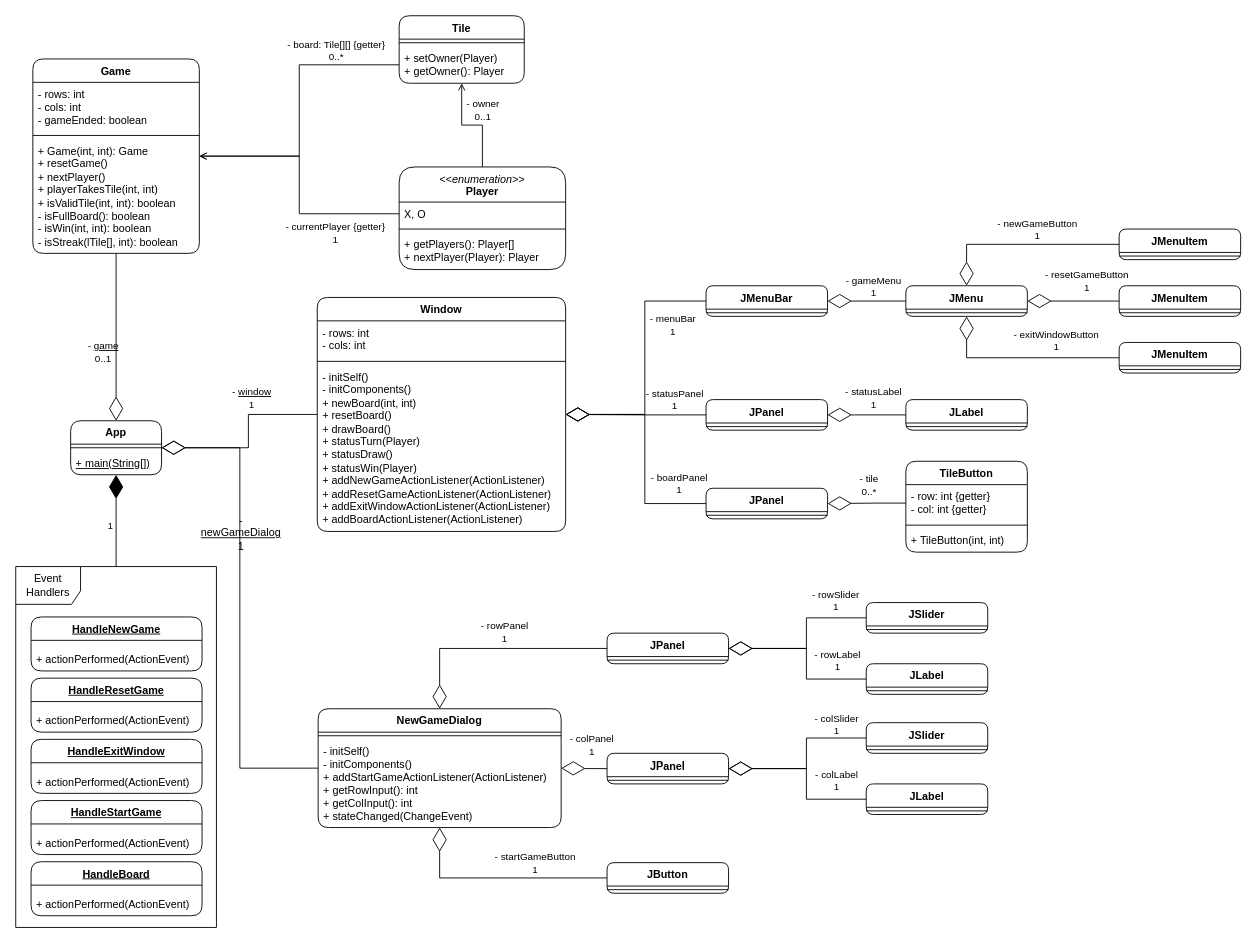
This is beadando_ii.drawio from andrasbo/GUITicTacToeAssignment, a draw.io file, before an edit. Source tidied: cells renumbered, new cells numbered last; positions are measured from the earlier drawing's top-left corner, leaving out a move shared by most shapes. Both pictures are drawn from the tidied source at 90%, with x=0, y=0 at pixel (15, 15).
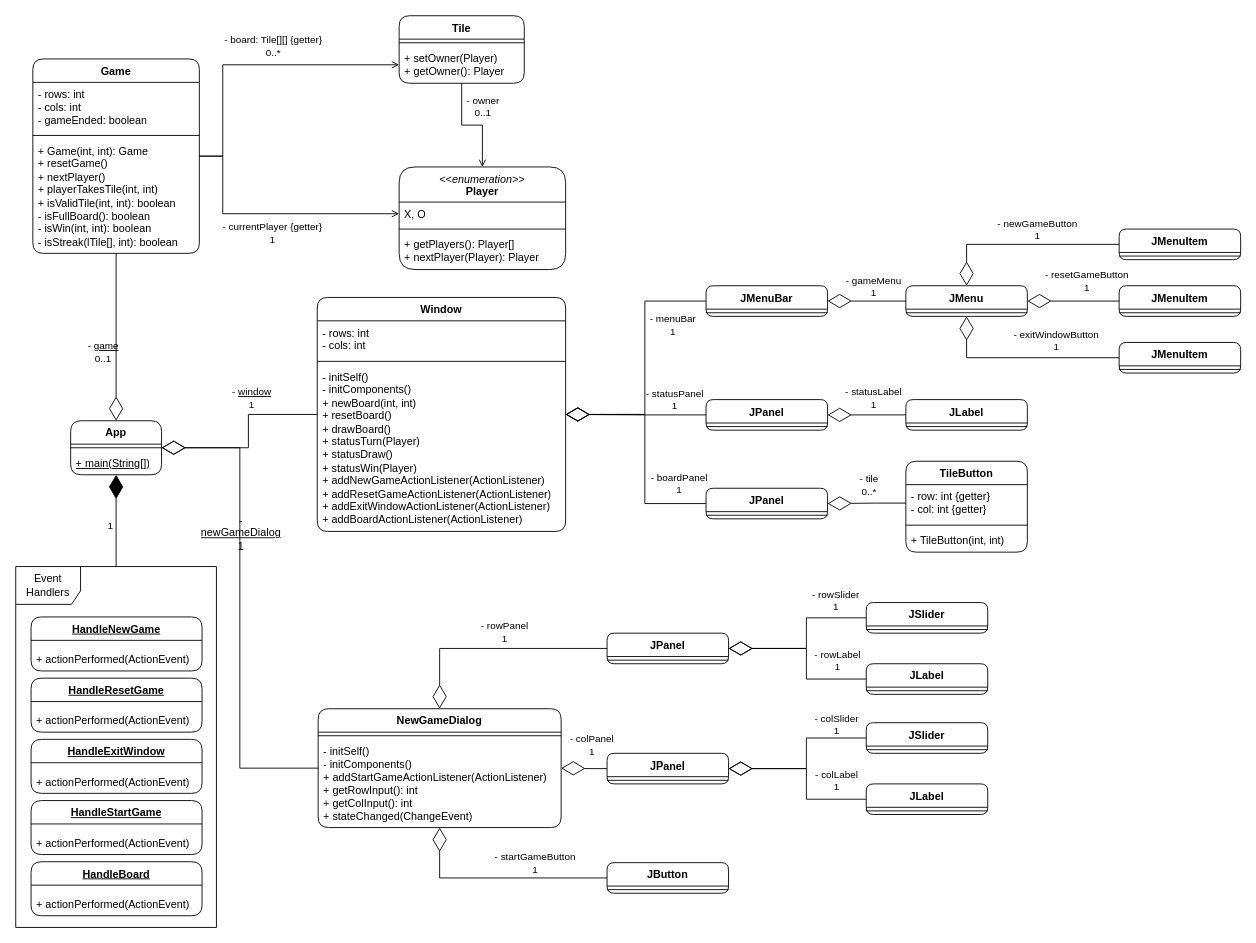
The same page after the edit.

Unchanged cells that the change refers to:
```xml
<mxCell id="2" value="Game" style="swimlane;fontStyle=1;align=center;verticalAlign=top;horizontal=1;startSize=26;whiteSpace=wrap;html=1;labelBackgroundColor=none;fontColor=default;textShadow=0;rounded=1;fillColor=none;" parent="1" vertex="1">
  <mxGeometry x="19" y="48" width="185" height="216" as="geometry" />
</mxCell>
<mxCell id="6" value="&lt;div&gt;&lt;span style=&quot;font-weight: normal;&quot;&gt;&lt;i&gt;&amp;lt;&amp;lt;enumeration&amp;gt;&amp;gt;&lt;/i&gt;&lt;/span&gt;&lt;/div&gt;Player" style="swimlane;fontStyle=1;align=center;verticalAlign=top;horizontal=1;startSize=39;whiteSpace=wrap;html=1;labelBackgroundColor=none;fontColor=default;textShadow=0;rounded=1;fillColor=none;" parent="1" vertex="1">
  <mxGeometry x="426" y="168" width="185" height="114" as="geometry" />
</mxCell>
<mxCell id="7" value="&lt;div&gt;X, O&lt;/div&gt;" style="text;strokeColor=none;fillColor=none;align=left;verticalAlign=top;spacingLeft=4;spacingRight=4;overflow=hidden;points=[[0,0.5],[1,0.5]];portConstraint=eastwest;whiteSpace=wrap;html=1;labelBackgroundColor=none;fontColor=default;textShadow=0;rounded=1;" parent="6" vertex="1">
  <mxGeometry y="39" width="185" height="26" as="geometry" />
</mxCell>
<mxCell id="12" value="Tile" style="swimlane;fontStyle=1;align=center;verticalAlign=top;horizontal=1;startSize=26;whiteSpace=wrap;html=1;labelBackgroundColor=none;fontColor=default;textShadow=0;rounded=1;fillColor=none;" parent="1" vertex="1">
  <mxGeometry x="426" width="139" height="75" as="geometry" />
</mxCell>
<mxCell id="14" value="+ setOwner(Player)&lt;div&gt;+ getOwner(): Player&lt;/div&gt;" style="text;strokeColor=none;fillColor=none;align=left;verticalAlign=top;spacingLeft=4;spacingRight=4;overflow=hidden;points=[[0,0.5],[1,0.5]];portConstraint=eastwest;whiteSpace=wrap;html=1;labelBackgroundColor=none;fontColor=default;textShadow=0;rounded=1;" parent="12" vertex="1">
  <mxGeometry y="34" width="139" height="41" as="geometry" />
</mxCell>
```

Change to the diagram source:
```diff
@@
-    <mxCell id="10" style="edgeStyle=orthogonalEdgeStyle;rounded=0;jettySize=auto;html=1;startArrow=open;startFill=0;endArrow=none;endFill=0;labelBackgroundColor=none;" parent="1" edge="1" source="12" target="6">
+    <mxCell id="10" style="edgeStyle=orthogonalEdgeStyle;rounded=0;jettySize=auto;html=1;startArrow=none;startFill=0;endArrow=open;endFill=0;labelBackgroundColor=none;" parent="1" edge="1" source="12" target="6">
       <mxGeometry relative="1" as="geometry" />
     </mxCell>
     <mxCell id="11" value="- owner&lt;div&gt;0..1&lt;/div&gt;" style="edgeLabel;html=1;align=center;verticalAlign=middle;labelBackgroundColor=none;" parent="10" vertex="1">
       <mxGeometry x="-0.69" y="-3" relative="1" as="geometry">
-        <mxPoint x="26" y="11" as="offset" />
+        <mxPoint x="26" y="7" as="offset" />
       </mxGeometry>
     </mxCell>
@@
-    <mxCell id="33" style="edgeStyle=orthogonalEdgeStyle;rounded=0;jettySize=auto;html=1;endArrow=open;endFill=0;labelBackgroundColor=none;" parent="1" edge="1" source="14" target="2">
-      <mxGeometry relative="1" as="geometry" />
+    <mxCell id="33" style="edgeStyle=orthogonalEdgeStyle;rounded=0;jettySize=auto;html=1;endArrow=none;endFill=0;labelBackgroundColor=none;startArrow=open;startFill=0;" parent="1" edge="1" source="14" target="2">
+      <mxGeometry relative="1" as="geometry">
+        <Array as="points">
+          <mxPoint x="230" y="55" />
+          <mxPoint x="230" y="156" />
+        </Array>
+      </mxGeometry>
     </mxCell>
     <mxCell id="34" value="- board: Tile[][] {getter}&lt;div&gt;0..*&lt;/div&gt;" style="edgeLabel;html=1;align=center;verticalAlign=middle;labelBackgroundColor=none;" parent="33" vertex="1">
       <mxGeometry x="0.53" y="1" relative="1" as="geometry">
-        <mxPoint x="75" y="-119" as="offset" />
+        <mxPoint x="54" y="-72" as="offset" />
       </mxGeometry>
     </mxCell>
-    <mxCell id="35" style="edgeStyle=orthogonalEdgeStyle;rounded=0;jettySize=auto;html=1;endArrow=open;endFill=0;labelBackgroundColor=none;" parent="1" edge="1" source="7" target="2">
-      <mxGeometry relative="1" as="geometry" />
+    <mxCell id="35" style="edgeStyle=orthogonalEdgeStyle;rounded=0;jettySize=auto;html=1;endArrow=none;endFill=0;labelBackgroundColor=none;startArrow=open;startFill=0;" parent="1" edge="1" source="7" target="2">
+      <mxGeometry relative="1" as="geometry">
+        <Array as="points">
+          <mxPoint x="230" y="220" />
+          <mxPoint x="230" y="156" />
+        </Array>
+      </mxGeometry>
     </mxCell>
     <mxCell id="36" value="- currentPlayer {getter}&lt;div&gt;1&lt;/div&gt;" style="edgeLabel;html=1;align=center;verticalAlign=middle;labelBackgroundColor=none;" parent="35" vertex="1">
       <mxGeometry x="0.71" relative="1" as="geometry">
-        <mxPoint x="109" y="85" as="offset" />
+        <mxPoint x="54" y="70" as="offset" />
       </mxGeometry>
     </mxCell>
```
